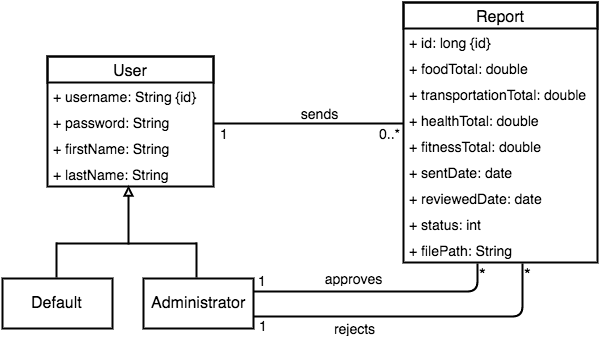
Earlier version of the draw.io export imagenes/class_diagram_server.png (susana1710/libro-pasantia). Source tidied: cells renumbered, new cells last; positions are measured from the earlier drawing's top-left corner, leaving out a move shared by most shapes.
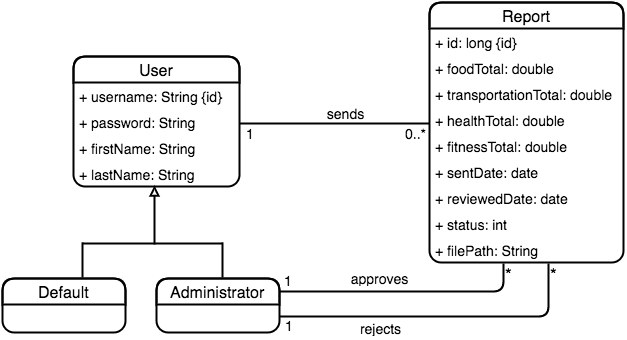
After the commit.

What changed in the source:
```diff
@@ -2,7 +2,7 @@
   <root>
     <mxCell id="0" />
     <mxCell id="1" parent="0" />
-    <mxCell id="2" value="User" style="swimlane;html=1;fontStyle=0;horizontal=1;startSize=26;swimlaneFillColor=#ffffff;fontSize=16;rounded=0;shadow=0;comic=0;glass=0;strokeWidth=2;plain-blue;strokeColor=#000000;fillColor=none;" parent="1" vertex="1">
+    <mxCell id="2" value="User" style="swimlane;html=1;fontStyle=0;horizontal=1;startSize=26;fillColor=none;swimlaneFillColor=#ffffff;fontSize=16;rounded=1;shadow=0;comic=0;glass=0;strokeWidth=2;" parent="1" vertex="1">
       <mxGeometry x="45" y="54" width="166" height="130" as="geometry" />
     </mxCell>
     <mxCell id="3" value="&lt;span&gt;&lt;font style=&quot;font-size: 14px&quot;&gt;+ username: String {id}&lt;/font&gt;&lt;/span&gt;" style="text;html=1;strokeColor=none;fillColor=none;align=left;verticalAlign=top;spacingLeft=4;spacingRight=4;whiteSpace=wrap;overflow=hidden;" parent="2" vertex="1">
@@ -17,7 +17,7 @@
     <mxCell id="6" value="&lt;font style=&quot;font-size: 14px&quot;&gt;+ lastName: String&lt;/font&gt;" style="text;html=1;strokeColor=none;fillColor=none;align=left;verticalAlign=top;spacingLeft=4;spacingRight=4;whiteSpace=wrap;overflow=hidden;points=[[0,0.5],[1,0.5]];portConstraint=eastwest;" parent="2" vertex="1">
       <mxGeometry y="104" width="166" height="26" as="geometry" />
     </mxCell>
-    <mxCell id="7" value="Report" style="swimlane;html=1;fontStyle=0;horizontal=1;startSize=26;swimlaneFillColor=#ffffff;fontSize=16;rounded=0;shadow=0;strokeWidth=2;plain-blue;strokeColor=#000000;fillColor=none;" parent="1" vertex="1">
+    <mxCell id="7" value="Report" style="swimlane;html=1;fontStyle=0;horizontal=1;startSize=26;fillColor=none;swimlaneFillColor=#ffffff;fontSize=16;rounded=1;shadow=0;strokeWidth=2;" parent="1" vertex="1">
       <mxGeometry x="401" width="194" height="260" as="geometry" />
     </mxCell>
     <mxCell id="8" value="&lt;font style=&quot;font-size: 14px&quot;&gt;+ id: long {id}&lt;/font&gt;&lt;br&gt;" style="text;html=1;strokeColor=none;fillColor=none;align=left;verticalAlign=top;spacingLeft=4;spacingRight=4;whiteSpace=wrap;overflow=hidden;" parent="7" vertex="1">
@@ -61,12 +61,6 @@
     <mxCell id="19" value="&lt;font style=&quot;font-size: 14px&quot;&gt;sends&lt;/font&gt;" style="text;html=1;strokeColor=none;fillColor=none;align=center;verticalAlign=middle;whiteSpace=wrap;overflow=hidden;fontSize=16;strokeWidth=1;" parent="1" vertex="1">
       <mxGeometry x="291" y="101" width="50" height="20" as="geometry" />
     </mxCell>
-    <mxCell id="20" value="Default" style="html=1;fontSize=16;rounded=0;shadow=0;strokeWidth=2;plain-blue;strokeColor=#000000;fillColor=none;" parent="1" vertex="1">
-      <mxGeometry y="276" width="110" height="50" as="geometry" />
-    </mxCell>
-    <mxCell id="21" value="Administrator" style="html=1;fontSize=16;rounded=0;shadow=0;strokeWidth=2;plain-blue;strokeColor=#000000;fillColor=none;" parent="1" vertex="1">
-      <mxGeometry x="141" y="276" width="110" height="50" as="geometry" />
-    </mxCell>
     <mxCell id="22" style="endArrow=block;html=1;entryX=0.486;entryY=0.962;endFill=0;strokeWidth=2;entryPerimeter=0;" parent="1" edge="1" target="6">
       <mxGeometry x="124" y="191" as="geometry">
         <mxPoint x="126" y="242" as="sourcePoint" />
@@ -90,9 +84,10 @@
         <mxPoint x="194" y="275" as="targetPoint" />
       </mxGeometry>
     </mxCell>
-    <mxCell id="26" style="endArrow=none;html=1;edgeStyle=orthogonalEdgeStyle;fontSize=16;strokeWidth=2;entryX=1;entryY=0.25;" parent="1" edge="1" target="21">
+    <mxCell id="26" style="endArrow=none;html=1;edgeStyle=orthogonalEdgeStyle;fontSize=16;strokeWidth=2;entryX=1;entryY=0.25;" parent="1" edge="1">
       <mxGeometry relative="1" as="geometry">
         <mxPoint x="475" y="261" as="sourcePoint" />
+        <mxPoint x="251" y="289" as="targetPoint" />
         <Array as="points">
           <mxPoint x="475" y="289" />
         </Array>
@@ -108,9 +103,10 @@
         <mxPoint x="15" y="-1" as="offset" />
       </mxGeometry>
     </mxCell>
-    <mxCell id="29" style="endArrow=none;html=1;edgeStyle=orthogonalEdgeStyle;fontSize=16;strokeWidth=2;exitX=0.684;exitY=1.154;exitPerimeter=0;entryX=1;entryY=0.75;" parent="1" edge="1" target="21">
+    <mxCell id="29" style="endArrow=none;html=1;edgeStyle=orthogonalEdgeStyle;fontSize=16;strokeWidth=2;exitX=0.684;exitY=1.154;exitPerimeter=0;entryX=1;entryY=0.75;" parent="1" edge="1">
       <mxGeometry x="251" y="287" as="geometry">
         <mxPoint x="520" y="261" as="sourcePoint" />
+        <mxPoint x="251" y="314" as="targetPoint" />
         <Array as="points">
           <mxPoint x="520" y="314" />
         </Array>
@@ -137,5 +133,11 @@
         <mxPoint y="21" as="offset" />
       </mxGeometry>
     </mxCell>
+    <mxCell id="20" value="Default" style="swimlane;html=1;fontStyle=0;horizontal=1;startSize=26;fillColor=none;swimlaneFillColor=#ffffff;fontSize=16;rounded=1;shadow=0;comic=0;glass=0;strokeWidth=2;" parent="1" vertex="1">
+      <mxGeometry x="-26" y="276" width="123" height="54" as="geometry" />
+    </mxCell>
+    <mxCell id="21" value="Administrator" style="swimlane;html=1;fontStyle=0;horizontal=1;startSize=26;fillColor=none;swimlaneFillColor=#ffffff;fontSize=16;rounded=1;shadow=0;comic=0;glass=0;strokeWidth=2;" parent="1" vertex="1">
+      <mxGeometry x="128" y="276" width="123" height="54" as="geometry" />
+    </mxCell>
   </root>
 </mxGraphModel>
```
